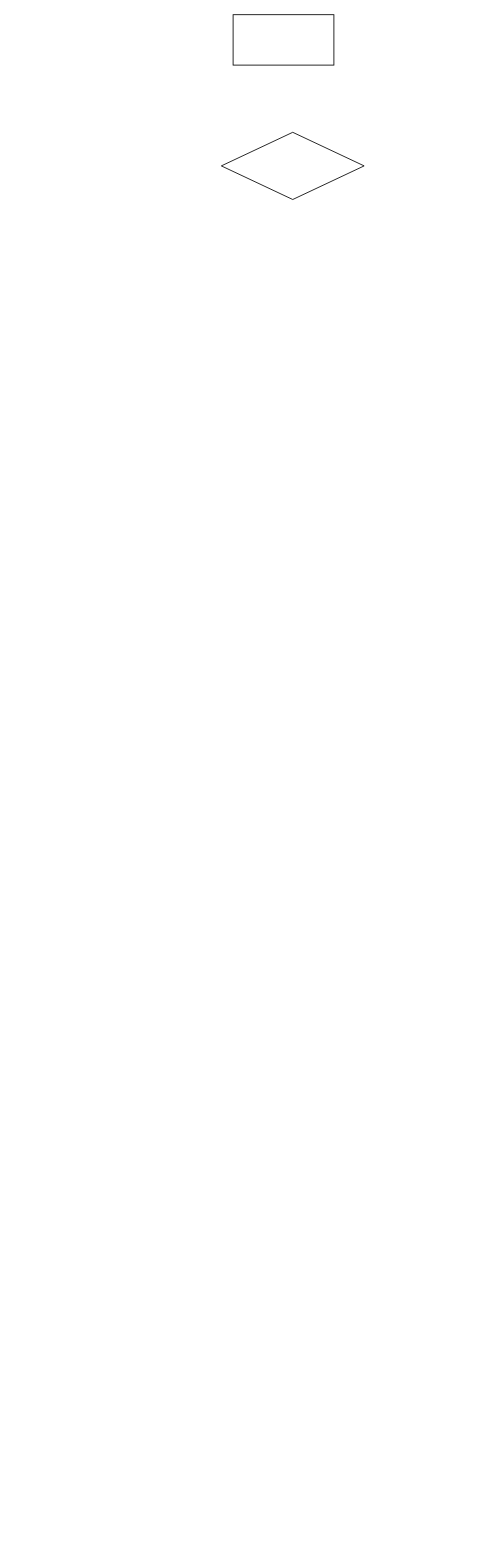
The draw.io diagram Diagramme sans nom.drawio in Warrre/holbertonschool-low_level_programming, before the edit. Source tidied: cells renumbered, new cells numbered last; positions are measured from the earlier drawing's top-left corner, leaving out a move shared by most shapes. Both pictures are drawn from the tidied source at 84%, with x=0, y=0 at pixel (221, 14).
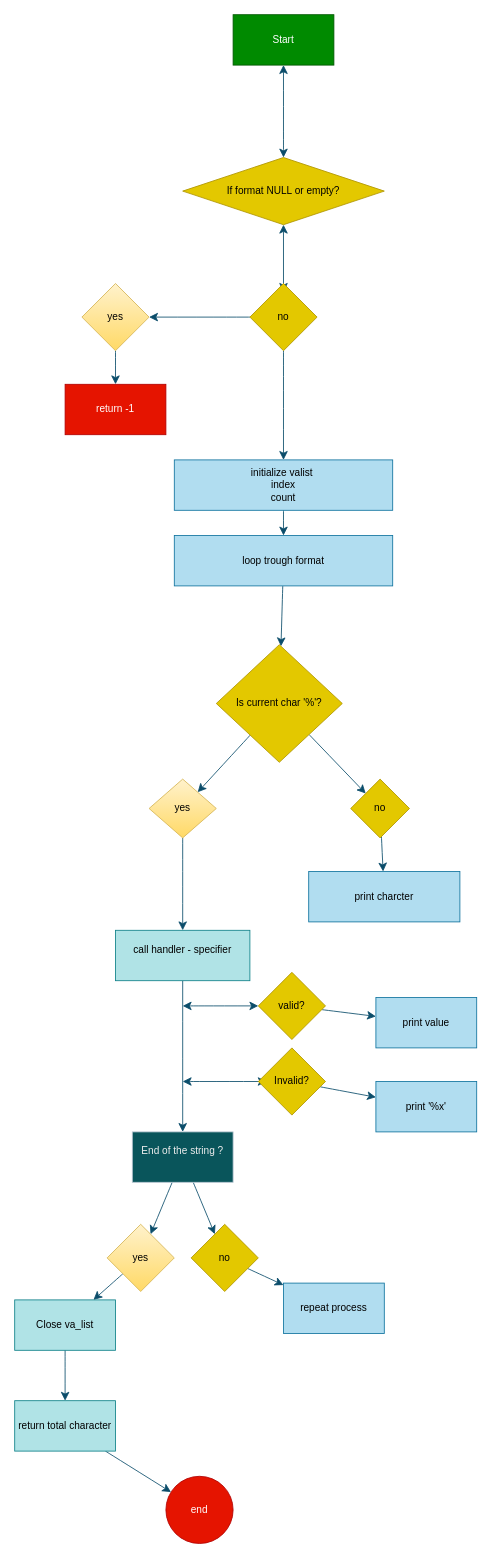
After the change.

Commit message:
flowchart printf

What changed in the source:
```diff
@@
+    <mxCell id="4" style="endArrow=classic;startArrow=classic;html=1;rounded=0;fontSize=12;startSize=8;endSize=8;entryX=0.5;entryY=1;entryDx=0;entryDy=0;labelBackgroundColor=none;strokeColor=#0B4D6A;fontColor=default;" parent="1" edge="1" target="17">
+      <mxGeometry relative="1" as="geometry">
+        <mxPoint x="74" y="330" as="sourcePoint" />
+      </mxGeometry>
+    </mxCell>
-    <mxCell id="2" style="rounded=0;whiteSpace=wrap;html=1;" parent="1" vertex="1">
+    <mxCell id="2" value="Start" style="rounded=0;whiteSpace=wrap;html=1;labelBackgroundColor=none;fillColor=#008a00;strokeColor=#005700;textDirection=ltr;fontColor=#ffffff;" parent="1" vertex="1">
       <mxGeometry x="14" width="120" height="60" as="geometry" />
     </mxCell>
-    <mxCell id="3" style="rhombus;whiteSpace=wrap;html=1;" parent="1" vertex="1">
-      <mxGeometry y="140" width="170" height="80" as="geometry" />
-    </mxCell>
+    <mxCell id="5" style="endArrow=classic;startArrow=classic;html=1;rounded=0;fontSize=12;startSize=8;endSize=8;curved=1;labelBackgroundColor=none;strokeColor=#0B4D6A;fontColor=default;" parent="1" edge="1" source="17" target="2">
+      <mxGeometry relative="1" as="geometry" />
+    </mxCell>
+    <mxCell id="6" style="edgeStyle=none;curved=1;rounded=0;jettySize=auto;html=1;fontSize=12;startSize=8;endSize=8;labelBackgroundColor=none;strokeColor=#0B4D6A;fontColor=default;" parent="1" edge="1" source="8" target="10">
+      <mxGeometry relative="1" as="geometry" />
+    </mxCell>
+    <mxCell id="7" style="edgeStyle=none;curved=1;rounded=0;jettySize=auto;html=1;fontSize=12;startSize=8;endSize=8;labelBackgroundColor=none;strokeColor=#0B4D6A;fontColor=default;" parent="1" edge="1" source="8" target="14">
+      <mxGeometry relative="1" as="geometry" />
+    </mxCell>
+    <mxCell id="8" value="no" style="rhombus;whiteSpace=wrap;html=1;labelBackgroundColor=none;fillColor=#e3c800;strokeColor=#B09500;fontColor=#000000;" parent="1" vertex="1">
+      <mxGeometry x="34" y="320" width="80" height="80" as="geometry" />
+    </mxCell>
+    <mxCell id="9" style="edgeStyle=none;curved=1;rounded=0;jettySize=auto;html=1;fontSize=12;startSize=8;endSize=8;labelBackgroundColor=none;strokeColor=#0B4D6A;fontColor=default;" parent="1" edge="1" source="10" target="12">
+      <mxGeometry relative="1" as="geometry" />
+    </mxCell>
+    <mxCell id="10" value="&lt;font&gt;initialize valist&amp;nbsp;&lt;/font&gt;&lt;div&gt;index&lt;/div&gt;&lt;div&gt;count&lt;/div&gt;" style="whiteSpace=wrap;html=1;labelBackgroundColor=none;fillColor=#b1ddf0;strokeColor=#10739e;" parent="1" vertex="1">
+      <mxGeometry x="-56" y="530" width="260" height="60" as="geometry" />
+    </mxCell>
+    <mxCell id="11" style="edgeStyle=none;curved=1;rounded=0;jettySize=auto;html=1;strokeColor=#0B4D6A;fontSize=12;startSize=8;endSize=8;" parent="1" edge="1" source="12" target="20">
+      <mxGeometry relative="1" as="geometry" />
+    </mxCell>
+    <mxCell id="12" value="loop trough format" style="whiteSpace=wrap;html=1;labelBackgroundColor=none;fillColor=#b1ddf0;strokeColor=#10739e;" parent="1" vertex="1">
+      <mxGeometry x="-56" y="620" width="260" height="60" as="geometry" />
+    </mxCell>
+    <mxCell id="13" style="edgeStyle=none;curved=1;rounded=0;jettySize=auto;html=1;fontSize=12;startSize=8;endSize=8;labelBackgroundColor=none;strokeColor=#0B4D6A;fontColor=default;" parent="1" edge="1" source="14" target="15">
+      <mxGeometry relative="1" as="geometry" />
+    </mxCell>
+    <mxCell id="14" value="yes" style="rhombus;whiteSpace=wrap;html=1;labelBackgroundColor=none;fillColor=#fff2cc;strokeColor=#d6b656;gradientColor=#ffd966;" parent="1" vertex="1">
+      <mxGeometry x="-166" y="320" width="80" height="80" as="geometry" />
+    </mxCell>
+    <mxCell id="15" value="return -1" style="whiteSpace=wrap;html=1;labelBackgroundColor=none;fillColor=#e51400;strokeColor=#B20000;fontColor=#ffffff;" parent="1" vertex="1">
+      <mxGeometry x="-186" y="440" width="120" height="60" as="geometry" />
+    </mxCell>
+    <mxCell id="16" style="endArrow=classic;startArrow=classic;html=1;rounded=0;fontSize=12;startSize=8;endSize=8;curved=1;labelBackgroundColor=none;strokeColor=#0B4D6A;fontColor=default;" parent="1" edge="1" target="17">
+      <mxGeometry relative="1" as="geometry">
+        <mxPoint x="74" y="220" as="sourcePoint" />
+      </mxGeometry>
+    </mxCell>
+    <mxCell id="17" value="If format NULL or empty?" style="rhombus;fillColor=#e3c800;strokeColor=#B09500;align=center;textDirection=ltr;whiteSpace=wrap;fontColor=#000000;" parent="1" vertex="1">
+      <mxGeometry x="-46" y="170" width="240" height="80" as="geometry" />
+    </mxCell>
+    <mxCell id="18" style="edgeStyle=none;curved=1;rounded=0;jettySize=auto;html=1;strokeColor=#0B4D6A;fontSize=12;startSize=8;endSize=8;" parent="1" edge="1" source="20" target="22">
+      <mxGeometry relative="1" as="geometry" />
+    </mxCell>
+    <mxCell id="19" style="edgeStyle=none;curved=1;rounded=0;jettySize=auto;html=1;strokeColor=#0B4D6A;fontSize=12;startSize=8;endSize=8;" parent="1" edge="1" source="20" target="24">
+      <mxGeometry relative="1" as="geometry" />
+    </mxCell>
+    <mxCell id="20" value="Is current char '%'?" style="rhombus;whiteSpace=wrap;html=1;fillColor=#e3c800;strokeColor=#B09500;fontColor=#000000;labelBackgroundColor=none;" parent="1" vertex="1">
+      <mxGeometry x="-6" y="750" width="150" height="140" as="geometry" />
+    </mxCell>
+    <mxCell id="21" style="edgeStyle=none;curved=1;rounded=0;jettySize=auto;html=1;strokeColor=#0B4D6A;fontSize=12;startSize=8;endSize=8;" parent="1" edge="1" source="22" target="26">
+      <mxGeometry relative="1" as="geometry" />
+    </mxCell>
+    <mxCell id="22" value="yes" style="rhombus;whiteSpace=wrap;html=1;fillColor=#fff2cc;strokeColor=#d6b656;labelBackgroundColor=none;gradientColor=#ffd966;" parent="1" vertex="1">
+      <mxGeometry x="-86" y="910" width="80" height="70" as="geometry" />
+    </mxCell>
+    <mxCell id="23" style="edgeStyle=none;curved=1;rounded=0;jettySize=auto;html=1;strokeColor=#0B4D6A;fontSize=12;startSize=8;endSize=8;" parent="1" edge="1" source="24" target="27">
+      <mxGeometry relative="1" as="geometry" />
+    </mxCell>
+    <mxCell id="24" value="no" style="rhombus;whiteSpace=wrap;html=1;fillColor=#e3c800;strokeColor=#B09500;labelBackgroundColor=none;fontColor=#000000;" parent="1" vertex="1">
+      <mxGeometry x="154" y="910" width="70" height="70" as="geometry" />
+    </mxCell>
+    <mxCell id="25" style="edgeStyle=none;curved=1;rounded=0;jettySize=auto;html=1;strokeColor=#0B4D6A;fontSize=12;startSize=8;endSize=8;" parent="1" edge="1" source="26" target="30">
+      <mxGeometry relative="1" as="geometry">
+        <Array as="points">
+          <mxPoint x="-46" y="1250" />
+        </Array>
+      </mxGeometry>
+    </mxCell>
+    <mxCell id="26" value="&lt;div&gt;call handler - specifier&lt;/div&gt;&lt;div&gt;&lt;br&gt;&lt;/div&gt;" style="whiteSpace=wrap;html=1;fillColor=#b0e3e6;strokeColor=#0e8088;labelBackgroundColor=none;" parent="1" vertex="1">
+      <mxGeometry x="-126" y="1090" width="160" height="60" as="geometry" />
+    </mxCell>
+    <mxCell id="27" value="print charcter" style="whiteSpace=wrap;html=1;fillColor=#b1ddf0;strokeColor=#10739e;labelBackgroundColor=none;" parent="1" vertex="1">
+      <mxGeometry x="104" y="1020" width="180" height="60" as="geometry" />
+    </mxCell>
+    <mxCell id="28" style="edgeStyle=none;curved=1;rounded=0;jettySize=auto;html=1;strokeColor=#0B4D6A;fontSize=12;startSize=8;endSize=8;" parent="1" edge="1" source="30" target="40">
+      <mxGeometry relative="1" as="geometry" />
+    </mxCell>
+    <mxCell id="29" style="edgeStyle=none;curved=1;rounded=0;jettySize=auto;html=1;strokeColor=#0B4D6A;fontSize=12;startSize=8;endSize=8;" parent="1" edge="1" source="30" target="42">
+      <mxGeometry relative="1" as="geometry" />
+    </mxCell>
+    <mxCell id="30" value="&lt;font&gt;End of the string ?&lt;/font&gt;&lt;div&gt;&lt;br&gt;&lt;/div&gt;" style="whiteSpace=wrap;html=1;fillColor=#09555B;strokeColor=#BAC8D3;fontColor=#EEEEEE;labelBackgroundColor=none;" parent="1" vertex="1">
+      <mxGeometry x="-106" y="1330" width="120" height="60" as="geometry" />
+    </mxCell>
+    <mxCell id="31" style="endArrow=classic;startArrow=classic;html=1;rounded=0;strokeColor=#0B4D6A;fontSize=12;startSize=8;endSize=8;curved=1;" parent="1" edge="1">
+      <mxGeometry relative="1" as="geometry">
+        <mxPoint x="-46" y="1270" as="sourcePoint" />
+        <mxPoint x="54" y="1270" as="targetPoint" />
+      </mxGeometry>
+    </mxCell>
+    <mxCell id="32" style="endArrow=classic;startArrow=classic;html=1;rounded=0;strokeColor=#0B4D6A;fontSize=12;startSize=8;endSize=8;curved=1;" parent="1" edge="1" target="34">
+      <mxGeometry relative="1" as="geometry">
+        <mxPoint x="-46" y="1180" as="sourcePoint" />
+      </mxGeometry>
+    </mxCell>
+    <mxCell id="33" style="edgeStyle=none;curved=1;rounded=0;jettySize=auto;html=1;strokeColor=#0B4D6A;fontSize=12;startSize=8;endSize=8;" parent="1" edge="1" source="34" target="37">
+      <mxGeometry relative="1" as="geometry" />
+    </mxCell>
+    <mxCell id="34" value="valid?" style="rhombus;whiteSpace=wrap;html=1;strokeColor=#B09500;fontColor=#000000;fillColor=#e3c800;" parent="1" vertex="1">
+      <mxGeometry x="44" y="1140" width="80" height="80" as="geometry" />
+    </mxCell>
+    <mxCell id="35" style="edgeStyle=none;curved=1;rounded=0;jettySize=auto;html=1;strokeColor=#0B4D6A;fontSize=12;startSize=8;endSize=8;" parent="1" edge="1" source="36" target="38">
+      <mxGeometry relative="1" as="geometry" />
+    </mxCell>
+    <mxCell id="36" value="Invalid?" style="rhombus;whiteSpace=wrap;html=1;strokeColor=#B09500;fontColor=#000000;fillColor=#e3c800;" parent="1" vertex="1">
+      <mxGeometry x="44" y="1230" width="80" height="80" as="geometry" />
+    </mxCell>
+    <mxCell id="37" value="print value" style="whiteSpace=wrap;html=1;fillColor=#b1ddf0;strokeColor=#10739e;" parent="1" vertex="1">
+      <mxGeometry x="184" y="1170" width="120" height="60" as="geometry" />
+    </mxCell>
+    <mxCell id="38" value="print '%x'" style="whiteSpace=wrap;html=1;fillColor=#b1ddf0;strokeColor=#10739e;" parent="1" vertex="1">
+      <mxGeometry x="184" y="1270" width="120" height="60" as="geometry" />
+    </mxCell>
+    <mxCell id="39" style="edgeStyle=none;curved=1;rounded=0;jettySize=auto;html=1;strokeColor=#0B4D6A;fontSize=12;startSize=8;endSize=8;" parent="1" edge="1" source="40" target="45">
+      <mxGeometry relative="1" as="geometry" />
+    </mxCell>
+    <mxCell id="40" value="yes" style="rhombus;whiteSpace=wrap;html=1;fillColor=#fff2cc;strokeColor=#d6b656;labelBackgroundColor=none;gradientColor=#ffd966;" parent="1" vertex="1">
+      <mxGeometry x="-136" y="1440" width="80" height="80" as="geometry" />
+    </mxCell>
+    <mxCell id="41" style="edgeStyle=none;curved=1;rounded=0;jettySize=auto;html=1;strokeColor=#0B4D6A;fontSize=12;startSize=8;endSize=8;" parent="1" edge="1" source="42" target="43">
+      <mxGeometry relative="1" as="geometry" />
+    </mxCell>
+    <mxCell id="42" value="no" style="rhombus;whiteSpace=wrap;html=1;fillColor=#e3c800;strokeColor=#B09500;labelBackgroundColor=none;fontColor=#000000;" parent="1" vertex="1">
+      <mxGeometry x="-36" y="1440" width="80" height="80" as="geometry" />
+    </mxCell>
+    <mxCell id="43" value="repeat process" style="whiteSpace=wrap;html=1;fillColor=#b1ddf0;strokeColor=#10739e;labelBackgroundColor=none;" parent="1" vertex="1">
+      <mxGeometry x="74" y="1510" width="120" height="60" as="geometry" />
+    </mxCell>
+    <mxCell id="44" style="edgeStyle=none;curved=1;rounded=0;jettySize=auto;html=1;strokeColor=#0B4D6A;fontSize=12;startSize=8;endSize=8;" parent="1" edge="1" source="45" target="47">
+      <mxGeometry relative="1" as="geometry" />
+    </mxCell>
+    <mxCell id="45" value="Close va_list" style="whiteSpace=wrap;html=1;fillColor=#b0e3e6;strokeColor=#0e8088;labelBackgroundColor=none;" parent="1" vertex="1">
+      <mxGeometry x="-246" y="1530" width="120" height="60" as="geometry" />
+    </mxCell>
+    <mxCell id="46" style="edgeStyle=none;curved=1;rounded=0;jettySize=auto;html=1;strokeColor=#0B4D6A;fontSize=12;startSize=8;endSize=8;" parent="1" edge="1" source="47" target="48">
+      <mxGeometry relative="1" as="geometry" />
+    </mxCell>
+    <mxCell id="47" value="return total character" style="whiteSpace=wrap;html=1;fillColor=#b0e3e6;strokeColor=#0e8088;labelBackgroundColor=none;" parent="1" vertex="1">
+      <mxGeometry x="-246" y="1650" width="120" height="60" as="geometry" />
+    </mxCell>
+    <mxCell id="48" value="end" style="ellipse;whiteSpace=wrap;html=1;fillColor=#e51400;strokeColor=#B20000;labelBackgroundColor=none;fontColor=#ffffff;" parent="1" vertex="1">
+      <mxGeometry x="-66" y="1740" width="80" height="80" as="geometry" />
+    </mxCell>
```
